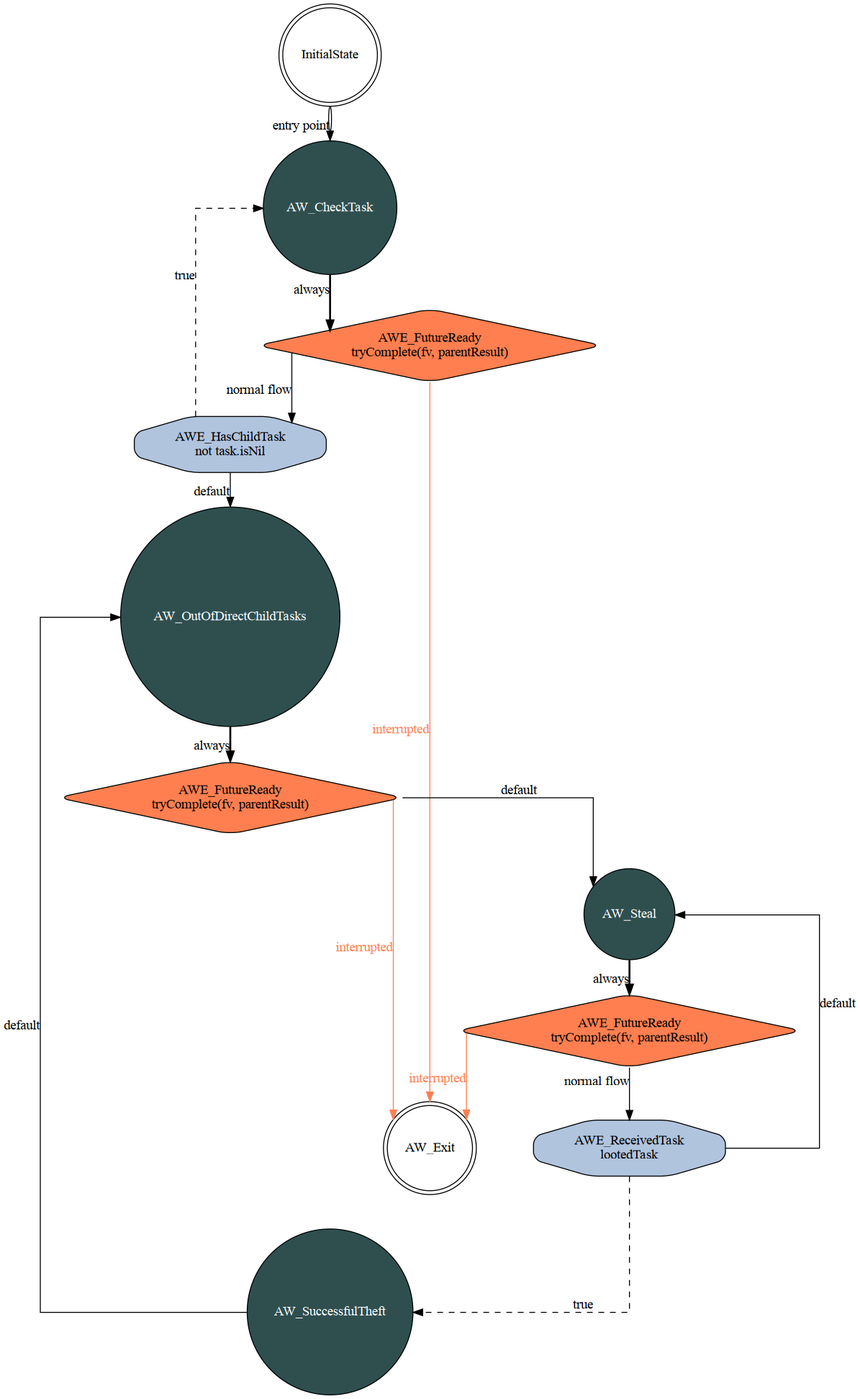
Earlier version of the Graphviz export weave/state_machines/sync.png (mratsim/weave). Its source is kept beside it as weave/state_machines/sync.dot.
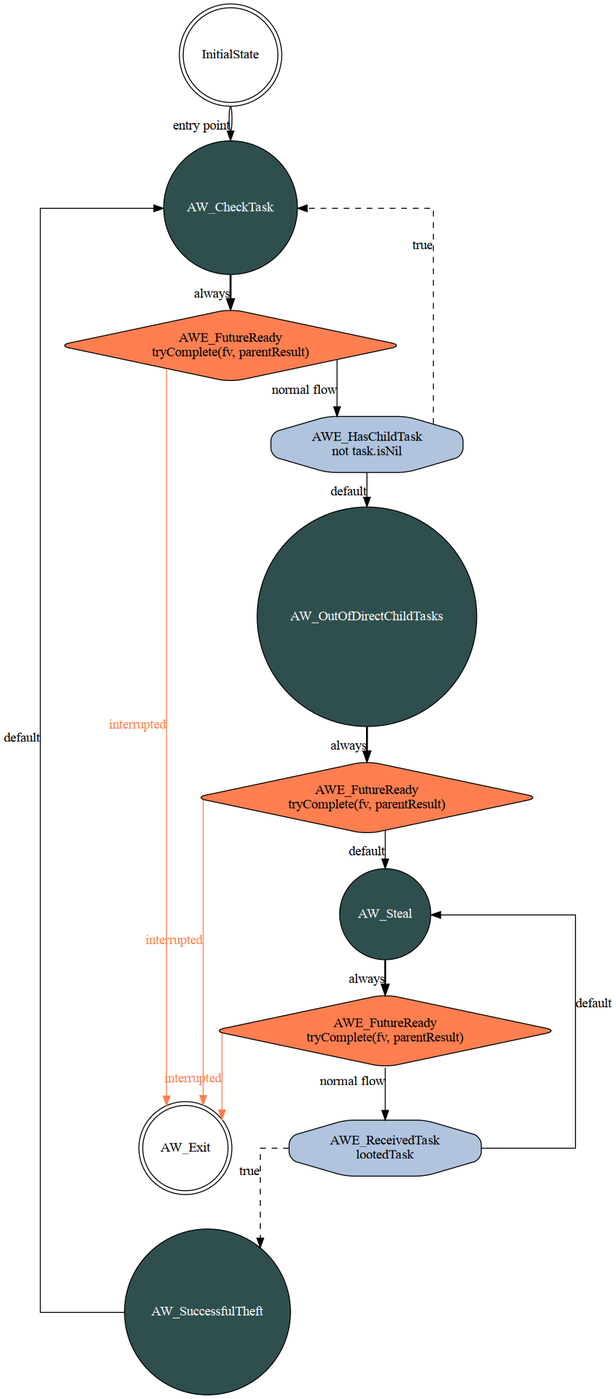
Later version of the same file.

Change to the diagram source:
```diff
@@ -15,7 +15,7 @@
     AW_Steal_AWE_FutureReady -> AW_Steal_AWE_ReceivedTask[xlabel="normal flow"];
     AW_Steal_AWE_ReceivedTask -> AW_SuccessfulTheft [style=dashed, xlabel="true"];
     AW_Steal_AWE_ReceivedTask -> AW_Steal [xlabel="default"];
-    AW_SuccessfulTheft -> AW_OutOfDirectChildTasks [xlabel="default"];
+    AW_SuccessfulTheft -> AW_CheckTask [xlabel="default"];
     AW_CheckTask -> AW_CheckTask_AWE_FutureReady[style=bold, xlabel="always"];
     AW_CheckTask_AWE_FutureReady -> AW_Exit [color="coral", fontcolor="coral", xlabel="interrupted"];
     AW_CheckTask_AWE_FutureReady -> AW_CheckTask_AWE_HasChildTask[xlabel="normal flow"];
```
